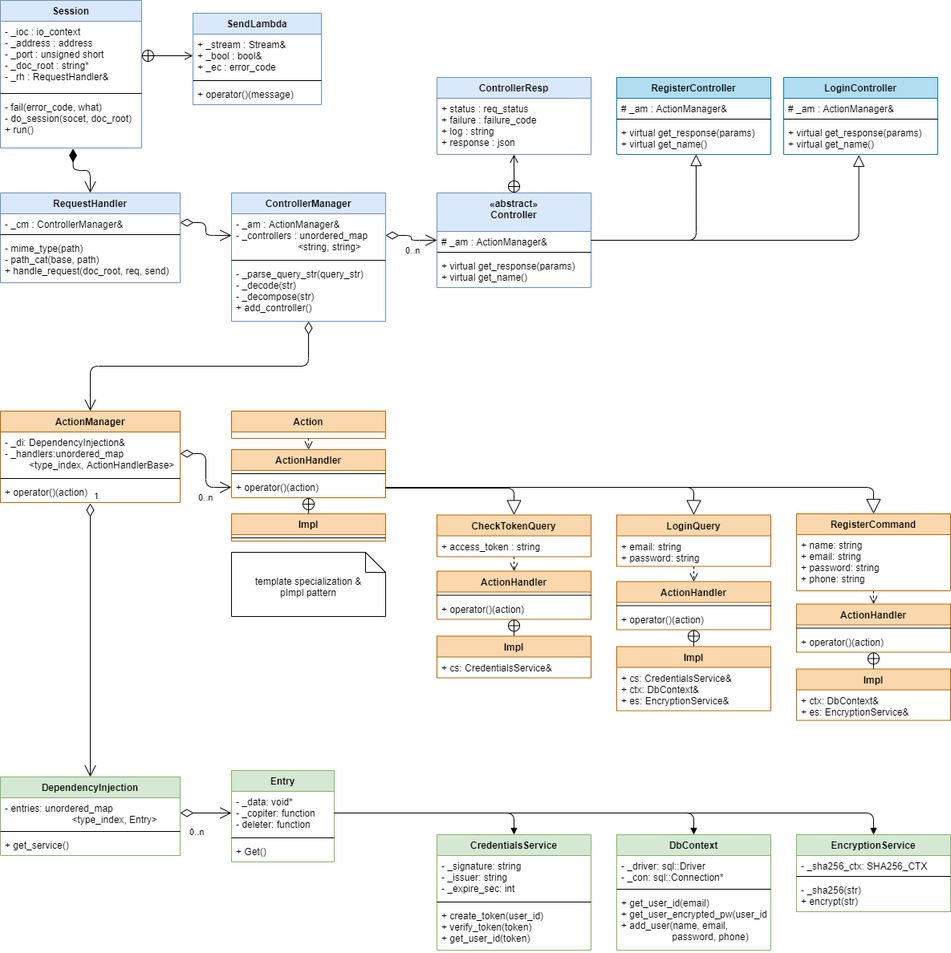
Earlier version of the draw.io export n-bread-association-server/class-diagram.png (ChlorUpload/n-bread-association). Source tidied: cells renumbered, new cells last; positions are measured from the earlier drawing's top-left corner, leaving out a move shared by most shapes.
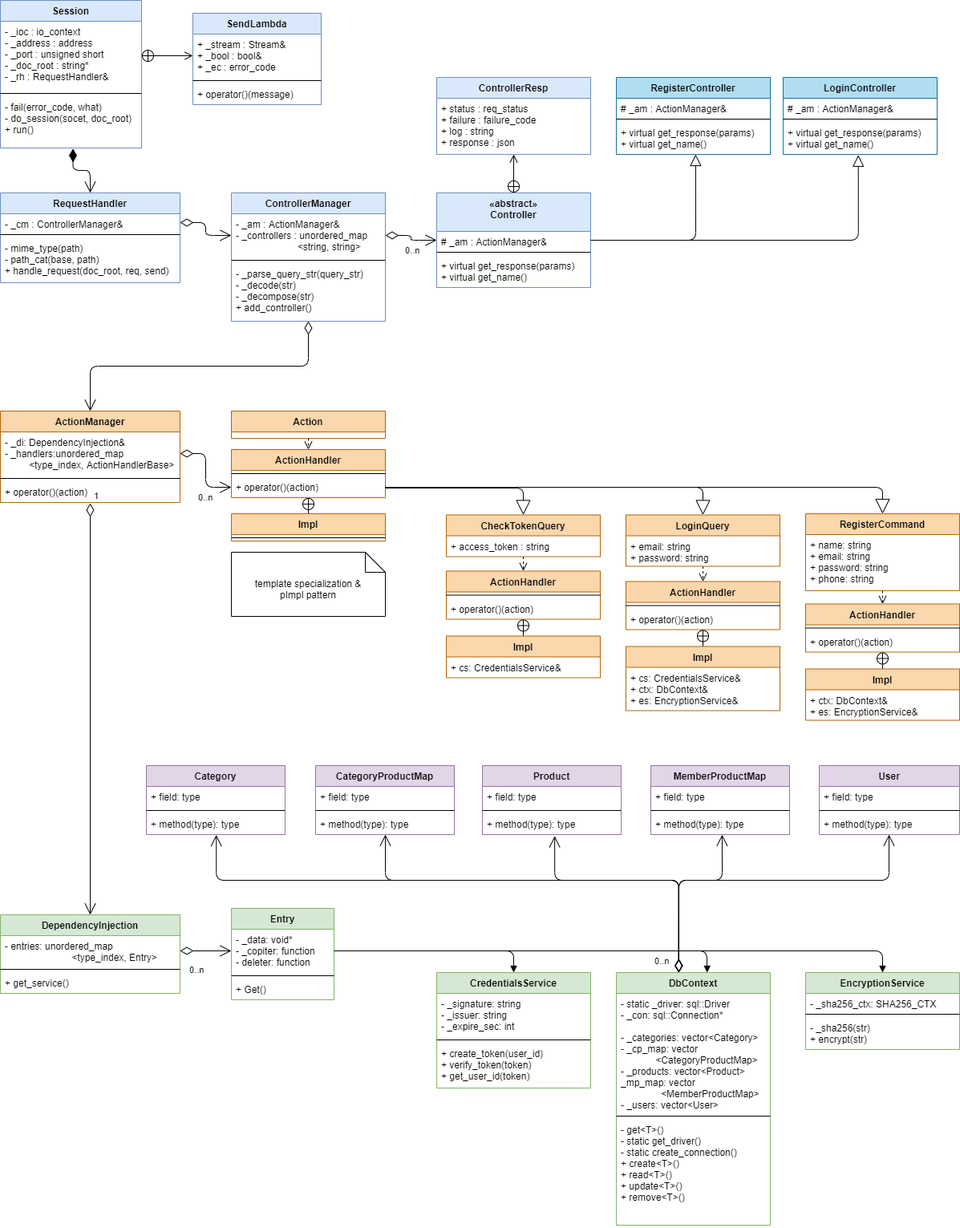
After the commit.

Commit message:
class diagram update

Change to the diagram source:
```diff
@@ -178,3 +178,3 @@
     <mxCell id="55" value="ActionHandler" style="swimlane;fontStyle=1;align=center;verticalAlign=top;horizontal=1;startSize=26;fillColor=#fad7ac;strokeColor=#b46504;" parent="1" vertex="1">
-      <mxGeometry x="544" y="711.5" width="192" height="60" as="geometry" />
+      <mxGeometry x="556" y="711.5" width="192" height="60" as="geometry" />
     </mxCell>
@@ -193,3 +193,3 @@
     <mxCell id="60" value="CheckTokenQuery" style="swimlane;fontStyle=1;align=center;verticalAlign=top;horizontal=1;startSize=26;fillColor=#fad7ac;strokeColor=#b46504;" parent="1" vertex="1">
-      <mxGeometry x="544" y="641.5" width="192" height="52" as="geometry" />
+      <mxGeometry x="556" y="641.5" width="192" height="52" as="geometry" />
     </mxCell>
@@ -199,3 +199,3 @@
     <mxCell id="62" value="Impl" style="swimlane;fontStyle=1;align=center;verticalAlign=top;horizontal=1;startSize=26;fillColor=#fad7ac;strokeColor=#b46504;" parent="1" vertex="1">
-      <mxGeometry x="544" y="792.5" width="192" height="52" as="geometry" />
+      <mxGeometry x="556" y="792.5" width="192" height="52" as="geometry" />
     </mxCell>
@@ -205,3 +205,3 @@
     <mxCell id="64" value="ActionHandler" style="swimlane;fontStyle=1;align=center;verticalAlign=top;horizontal=1;startSize=26;fillColor=#fad7ac;strokeColor=#b46504;" parent="1" vertex="1">
-      <mxGeometry x="768" y="724.5" width="192" height="60" as="geometry" />
+      <mxGeometry x="780" y="724.5" width="192" height="60" as="geometry" />
     </mxCell>
@@ -220,3 +220,3 @@
     <mxCell id="69" value="LoginQuery" style="swimlane;fontStyle=1;align=center;verticalAlign=top;horizontal=1;startSize=26;fillColor=#fad7ac;strokeColor=#b46504;" parent="1" vertex="1">
-      <mxGeometry x="768" y="641.5" width="192" height="64" as="geometry" />
+      <mxGeometry x="780" y="641.5" width="192" height="64" as="geometry" />
     </mxCell>
@@ -226,3 +226,3 @@
     <mxCell id="71" value="Impl" style="swimlane;fontStyle=1;align=center;verticalAlign=top;horizontal=1;startSize=26;fillColor=#fad7ac;strokeColor=#b46504;" parent="1" vertex="1">
-      <mxGeometry x="768" y="805.5" width="192" height="80" as="geometry" />
+      <mxGeometry x="780" y="805.5" width="192" height="80" as="geometry" />
     </mxCell>
@@ -243,3 +243,3 @@
     <mxCell id="76" value="ActionHandler" style="swimlane;fontStyle=1;align=center;verticalAlign=top;horizontal=1;startSize=26;fillColor=#fad7ac;strokeColor=#b46504;" parent="1" vertex="1">
-      <mxGeometry x="992" y="752.5" width="192" height="60" as="geometry" />
+      <mxGeometry x="1004" y="752.5" width="192" height="60" as="geometry" />
     </mxCell>
@@ -258,3 +258,3 @@
     <mxCell id="81" value="RegisterCommand" style="swimlane;fontStyle=1;align=center;verticalAlign=top;horizontal=1;startSize=26;fillColor=#fad7ac;strokeColor=#b46504;" parent="1" vertex="1">
-      <mxGeometry x="992" y="640" width="192" height="96" as="geometry" />
+      <mxGeometry x="1004" y="640" width="192" height="96" as="geometry" />
     </mxCell>
@@ -264,3 +264,3 @@
     <mxCell id="83" value="Impl" style="swimlane;fontStyle=1;align=center;verticalAlign=top;horizontal=1;startSize=26;fillColor=#fad7ac;strokeColor=#b46504;" parent="1" vertex="1">
-      <mxGeometry x="992" y="833.5" width="192" height="64" as="geometry" />
+      <mxGeometry x="1004" y="833.5" width="192" height="64" as="geometry" />
     </mxCell>
@@ -278,3 +278,3 @@
     <mxCell id="87" value="DependencyInjection" style="swimlane;fontStyle=1;align=center;verticalAlign=top;horizontal=1;startSize=26;fillColor=#d5e8d4;strokeColor=#82b366;" parent="1" vertex="1">
-      <mxGeometry y="968" width="224" height="98" as="geometry" />
+      <mxGeometry y="1140" width="224" height="98" as="geometry" />
     </mxCell>
@@ -290,3 +290,3 @@
     <mxCell id="91" value="Entry" style="swimlane;fontStyle=1;align=center;verticalAlign=top;horizontal=1;startSize=26;fillColor=#d5e8d4;strokeColor=#82b366;" parent="1" vertex="1">
-      <mxGeometry x="288" y="960" width="128" height="114" as="geometry" />
+      <mxGeometry x="288" y="1132" width="128" height="114" as="geometry" />
     </mxCell>
@@ -313,3 +313,3 @@
     <mxCell id="98" value="CredentialsService" style="swimlane;fontStyle=1;align=center;verticalAlign=top;horizontal=1;startSize=26;fillColor=#d5e8d4;strokeColor=#82b366;" parent="1" vertex="1">
-      <mxGeometry x="544" y="1040" width="192" height="144" as="geometry" />
+      <mxGeometry x="544" y="1212" width="192" height="144" as="geometry" />
     </mxCell>
@@ -325,15 +325,15 @@
     <mxCell id="102" value="DbContext" style="swimlane;fontStyle=1;align=center;verticalAlign=top;horizontal=1;startSize=26;fillColor=#d5e8d4;strokeColor=#82b366;" parent="1" vertex="1">
-      <mxGeometry x="768" y="1040" width="192" height="144" as="geometry" />
+      <mxGeometry x="768" y="1212" width="192" height="315" as="geometry" />
     </mxCell>
-    <mxCell id="103" value="- _driver: sql::Driver&#10;- _con: sql::Connection*" style="text;strokeColor=none;fillColor=none;align=left;verticalAlign=top;spacingLeft=4;spacingRight=4;overflow=hidden;" parent="102" vertex="1">
-      <mxGeometry y="26" width="192" height="38" as="geometry" />
+    <mxCell id="103" value="- static _driver: sql::Driver&#10;- _con: sql::Connection*&#10;&#10;- _categories: vector&lt;Category&gt;&#10;- _cp_map: vector&#10;             &lt;CategoryProductMap&gt;&#10;- _products: vector&lt;Product&gt;&#10;_mp_map: vector&#10;               &lt;MemberProductMap&gt;&#10;- _users: vector&lt;User&gt;" style="text;strokeColor=none;fillColor=none;align=left;verticalAlign=top;spacingLeft=4;spacingRight=4;overflow=hidden;" parent="102" vertex="1">
+      <mxGeometry y="26" width="192" height="149" as="geometry" />
     </mxCell>
     <mxCell id="104" style="line;strokeWidth=1;fillColor=none;align=left;verticalAlign=middle;spacingTop=-1;spacingLeft=3;spacingRight=3;labelPosition=right;" parent="102" vertex="1">
-      <mxGeometry y="64" width="192" height="8" as="geometry" />
+      <mxGeometry y="175" width="192" height="8" as="geometry" />
     </mxCell>
-    <mxCell id="105" value="+ get_user_id(email)&#10;+ get_user_encrypted_pw(user_id)&#10;+ add_user(name, email, &#10;                   password, phone)" style="text;strokeColor=none;fillColor=none;align=left;verticalAlign=top;spacingLeft=4;spacingRight=4;overflow=hidden;" parent="102" vertex="1">
-      <mxGeometry y="72" width="192" height="72" as="geometry" />
+    <mxCell id="105" value="- get&lt;T&gt;()&#10;- static get_driver()&#10;- static create_connection()&#10;+ create&lt;T&gt;()&#10;+ read&lt;T&gt;()&#10;+ update&lt;T&gt;()&#10;+ remove&lt;T&gt;()" style="text;strokeColor=none;fillColor=none;align=left;verticalAlign=top;spacingLeft=4;spacingRight=4;overflow=hidden;" parent="102" vertex="1">
+      <mxGeometry y="183" width="192" height="132" as="geometry" />
     </mxCell>
     <mxCell id="106" value="EncryptionService" style="swimlane;fontStyle=1;align=center;verticalAlign=top;horizontal=1;startSize=26;fillColor=#d5e8d4;strokeColor=#82b366;" parent="1" vertex="1">
-      <mxGeometry x="992" y="1040" width="192" height="96" as="geometry" />
+      <mxGeometry x="1004" y="1212" width="192" height="96" as="geometry" />
     </mxCell>
@@ -348,4 +348,9 @@
     </mxCell>
-    <mxCell id="110" style="endArrow=block;endFill=1;html=1;edgeStyle=orthogonalEdgeStyle;align=left;verticalAlign=top;exitX=1;exitY=0.5;exitDx=0;exitDy=0;entryX=0.5;entryY=0;entryDx=0;entryDy=0;" parent="1" edge="1" source="92" target="102">
-      <mxGeometry x="-1" relative="1" as="geometry" />
+    <mxCell id="110" style="endArrow=block;endFill=1;html=1;edgeStyle=orthogonalEdgeStyle;align=left;verticalAlign=top;exitX=1;exitY=0.5;exitDx=0;exitDy=0;entryX=0.59;entryY=0;entryDx=0;entryDy=0;entryPerimeter=0;" parent="1" edge="1" source="92" target="102">
+      <mxGeometry x="-1" relative="1" as="geometry">
+        <Array as="points">
+          <mxPoint x="881" y="1185" />
+          <mxPoint x="881" y="1212" />
+        </Array>
+      </mxGeometry>
     </mxCell>
@@ -354,2 +359,133 @@
     </mxCell>
+    <mxCell id="112" value="Category" style="swimlane;fontStyle=1;align=center;verticalAlign=top;horizontal=1;startSize=26;fillColor=#e1d5e7;strokeColor=#9673a6;" parent="1" vertex="1">
+      <mxGeometry x="182" y="954" width="173" height="86" as="geometry" />
+    </mxCell>
+    <mxCell id="113" value="+ field: type" style="text;strokeColor=none;fillColor=none;align=left;verticalAlign=top;spacingLeft=4;spacingRight=4;overflow=hidden;" parent="112" vertex="1">
+      <mxGeometry y="26" width="173" height="26" as="geometry" />
+    </mxCell>
+    <mxCell id="114" style="line;strokeWidth=1;fillColor=none;align=left;verticalAlign=middle;spacingTop=-1;spacingLeft=3;spacingRight=3;labelPosition=right;" parent="112" vertex="1">
+      <mxGeometry y="52" width="173" height="8" as="geometry" />
+    </mxCell>
+    <mxCell id="115" value="+ method(type): type" style="text;strokeColor=none;fillColor=none;align=left;verticalAlign=top;spacingLeft=4;spacingRight=4;overflow=hidden;points=[[0,0.5],[1,0.5]];portConstraint=eastwest;" parent="112" vertex="1">
+      <mxGeometry y="60" width="173" height="26" as="geometry" />
+    </mxCell>
+    <mxCell id="116" value="CategoryProductMap" style="swimlane;fontStyle=1;align=center;verticalAlign=top;horizontal=1;startSize=26;fillColor=#e1d5e7;strokeColor=#9673a6;" parent="1" vertex="1">
+      <mxGeometry x="393" y="954" width="173" height="86" as="geometry" />
+    </mxCell>
+    <mxCell id="117" value="+ field: type" style="text;strokeColor=none;fillColor=none;align=left;verticalAlign=top;spacingLeft=4;spacingRight=4;overflow=hidden;" parent="116" vertex="1">
+      <mxGeometry y="26" width="173" height="26" as="geometry" />
+    </mxCell>
+    <mxCell id="118" style="line;strokeWidth=1;fillColor=none;align=left;verticalAlign=middle;spacingTop=-1;spacingLeft=3;spacingRight=3;labelPosition=right;" parent="116" vertex="1">
+      <mxGeometry y="52" width="173" height="8" as="geometry" />
+    </mxCell>
+    <mxCell id="119" value="+ method(type): type" style="text;strokeColor=none;fillColor=none;align=left;verticalAlign=top;spacingLeft=4;spacingRight=4;overflow=hidden;points=[[0,0.5],[1,0.5]];portConstraint=eastwest;" parent="116" vertex="1">
+      <mxGeometry y="60" width="173" height="26" as="geometry" />
+    </mxCell>
+    <mxCell id="120" value="Product" style="swimlane;fontStyle=1;align=center;verticalAlign=top;horizontal=1;startSize=26;fillColor=#e1d5e7;strokeColor=#9673a6;" parent="1" vertex="1">
+      <mxGeometry x="601" y="954" width="173" height="86" as="geometry" />
+    </mxCell>
+    <mxCell id="121" value="+ field: type" style="text;strokeColor=none;fillColor=none;align=left;verticalAlign=top;spacingLeft=4;spacingRight=4;overflow=hidden;" parent="120" vertex="1">
+      <mxGeometry y="26" width="173" height="26" as="geometry" />
+    </mxCell>
+    <mxCell id="122" style="line;strokeWidth=1;fillColor=none;align=left;verticalAlign=middle;spacingTop=-1;spacingLeft=3;spacingRight=3;labelPosition=right;" parent="120" vertex="1">
+      <mxGeometry y="52" width="173" height="8" as="geometry" />
+    </mxCell>
+    <mxCell id="123" value="+ method(type): type" style="text;strokeColor=none;fillColor=none;align=left;verticalAlign=top;spacingLeft=4;spacingRight=4;overflow=hidden;points=[[0,0.5],[1,0.5]];portConstraint=eastwest;" parent="120" vertex="1">
+      <mxGeometry y="60" width="173" height="26" as="geometry" />
+    </mxCell>
+    <mxCell id="124" value="MemberProductMap" style="swimlane;fontStyle=1;align=center;verticalAlign=top;horizontal=1;startSize=26;fillColor=#e1d5e7;strokeColor=#9673a6;" parent="1" vertex="1">
+      <mxGeometry x="811" y="954" width="173" height="86" as="geometry" />
+    </mxCell>
+    <mxCell id="125" value="+ field: type" style="text;strokeColor=none;fillColor=none;align=left;verticalAlign=top;spacingLeft=4;spacingRight=4;overflow=hidden;" parent="124" vertex="1">
+      <mxGeometry y="26" width="173" height="26" as="geometry" />
+    </mxCell>
+    <mxCell id="126" style="line;strokeWidth=1;fillColor=none;align=left;verticalAlign=middle;spacingTop=-1;spacingLeft=3;spacingRight=3;labelPosition=right;" parent="124" vertex="1">
+      <mxGeometry y="52" width="173" height="8" as="geometry" />
+    </mxCell>
+    <mxCell id="127" value="+ method(type): type" style="text;strokeColor=none;fillColor=none;align=left;verticalAlign=top;spacingLeft=4;spacingRight=4;overflow=hidden;points=[[0,0.5],[1,0.5]];portConstraint=eastwest;" parent="124" vertex="1">
+      <mxGeometry y="60" width="173" height="26" as="geometry" />
+    </mxCell>
+    <mxCell id="128" value="User" style="swimlane;fontStyle=1;align=center;verticalAlign=top;horizontal=1;startSize=26;fillColor=#e1d5e7;strokeColor=#9673a6;" parent="1" vertex="1">
+      <mxGeometry x="1021" y="954" width="175" height="86" as="geometry" />
+    </mxCell>
+    <mxCell id="129" value="+ field: type" style="text;strokeColor=none;fillColor=none;align=left;verticalAlign=top;spacingLeft=4;spacingRight=4;overflow=hidden;" parent="128" vertex="1">
+      <mxGeometry y="26" width="175" height="26" as="geometry" />
+    </mxCell>
+    <mxCell id="130" style="line;strokeWidth=1;fillColor=none;align=left;verticalAlign=middle;spacingTop=-1;spacingLeft=3;spacingRight=3;labelPosition=right;" parent="128" vertex="1">
+      <mxGeometry y="52" width="175" height="8" as="geometry" />
+    </mxCell>
+    <mxCell id="131" value="+ method(type): type" style="text;strokeColor=none;fillColor=none;align=left;verticalAlign=top;spacingLeft=4;spacingRight=4;overflow=hidden;points=[[0,0.5],[1,0.5]];portConstraint=eastwest;" parent="128" vertex="1">
+      <mxGeometry y="60" width="175" height="26" as="geometry" />
+    </mxCell>
+    <mxCell id="132" style="endArrow=open;html=1;endSize=12;startArrow=diamondThin;startSize=14;startFill=0;edgeStyle=orthogonalEdgeStyle;entryX=0.504;entryY=1.014;entryDx=0;entryDy=0;entryPerimeter=0;" parent="1" edge="1" target="115">
+      <mxGeometry x="-0.01" relative="1" as="geometry">
+        <mxPoint x="846" y="1212" as="sourcePoint" />
+        <Array as="points">
+          <mxPoint x="846" y="1212" />
+          <mxPoint x="846" y="1097" />
+          <mxPoint x="269" y="1097" />
+        </Array>
+      </mxGeometry>
+    </mxCell>
+    <mxCell id="133" value="0..n" style="edgeLabel;html=1;align=left;verticalAlign=top;" parent="132" vertex="1">
+      <mxGeometry x="-1" relative="1" as="geometry">
+        <mxPoint x="-32" y="-27" as="offset" />
+      </mxGeometry>
+    </mxCell>
+    <mxCell id="134" style="endArrow=open;html=1;endSize=12;startArrow=diamondThin;startSize=14;startFill=0;edgeStyle=orthogonalEdgeStyle;" parent="1" edge="1" target="119">
+      <mxGeometry x="-0.01" relative="1" as="geometry">
+        <mxPoint x="845.8" y="1212" as="sourcePoint" />
+        <Array as="points">
+          <mxPoint x="846" y="1097" />
+          <mxPoint x="480" y="1097" />
+        </Array>
+      </mxGeometry>
+    </mxCell>
+    <mxCell id="135" value="0..n" style="edgeLabel;html=1;align=left;verticalAlign=top;" parent="134" vertex="1">
+      <mxGeometry x="-1" relative="1" as="geometry">
+        <mxPoint x="-32" y="-27" as="offset" />
+      </mxGeometry>
+    </mxCell>
+    <mxCell id="136" style="endArrow=open;html=1;endSize=12;startArrow=diamondThin;startSize=14;startFill=0;edgeStyle=orthogonalEdgeStyle;entryX=0.521;entryY=1.071;entryDx=0;entryDy=0;entryPerimeter=0;" parent="1" edge="1" target="123">
+      <mxGeometry x="-0.01" relative="1" as="geometry">
+        <mxPoint x="845.8" y="1212" as="sourcePoint" />
+        <Array as="points">
+          <mxPoint x="846" y="1097" />
+          <mxPoint x="691" y="1097" />
+        </Array>
+      </mxGeometry>
+    </mxCell>
+    <mxCell id="137" value="0..n" style="edgeLabel;html=1;align=left;verticalAlign=top;" parent="136" vertex="1">
+      <mxGeometry x="-1" relative="1" as="geometry">
+        <mxPoint x="-32" y="-27" as="offset" />
+      </mxGeometry>
+    </mxCell>
+    <mxCell id="138" style="endArrow=open;html=1;endSize=12;startArrow=diamondThin;startSize=14;startFill=0;edgeStyle=orthogonalEdgeStyle;entryX=0.514;entryY=1.003;entryDx=0;entryDy=0;entryPerimeter=0;" parent="1" edge="1" target="127">
+      <mxGeometry x="-0.01" relative="1" as="geometry">
+        <mxPoint x="845.7" y="1212" as="sourcePoint" />
+        <Array as="points">
+          <mxPoint x="846" y="1097" />
+          <mxPoint x="900" y="1097" />
+        </Array>
+      </mxGeometry>
+    </mxCell>
+    <mxCell id="139" value="0..n" style="edgeLabel;html=1;align=left;verticalAlign=top;" parent="138" vertex="1">
+      <mxGeometry x="-1" relative="1" as="geometry">
+        <mxPoint x="-32" y="-27" as="offset" />
+      </mxGeometry>
+    </mxCell>
+    <mxCell id="140" style="endArrow=open;html=1;endSize=12;startArrow=diamondThin;startSize=14;startFill=0;edgeStyle=orthogonalEdgeStyle;" parent="1" edge="1" target="131">
+      <mxGeometry x="-0.01" relative="1" as="geometry">
+        <mxPoint x="845.9" y="1211.9" as="sourcePoint" />
+        <Array as="points">
+          <mxPoint x="846" y="1097" />
+          <mxPoint x="1108" y="1097" />
+        </Array>
+      </mxGeometry>
+    </mxCell>
+    <mxCell id="141" value="0..n" style="edgeLabel;html=1;align=left;verticalAlign=top;" parent="140" vertex="1">
+      <mxGeometry x="-1" relative="1" as="geometry">
+        <mxPoint x="-32" y="-27" as="offset" />
+      </mxGeometry>
+    </mxCell>
   </root>
```
